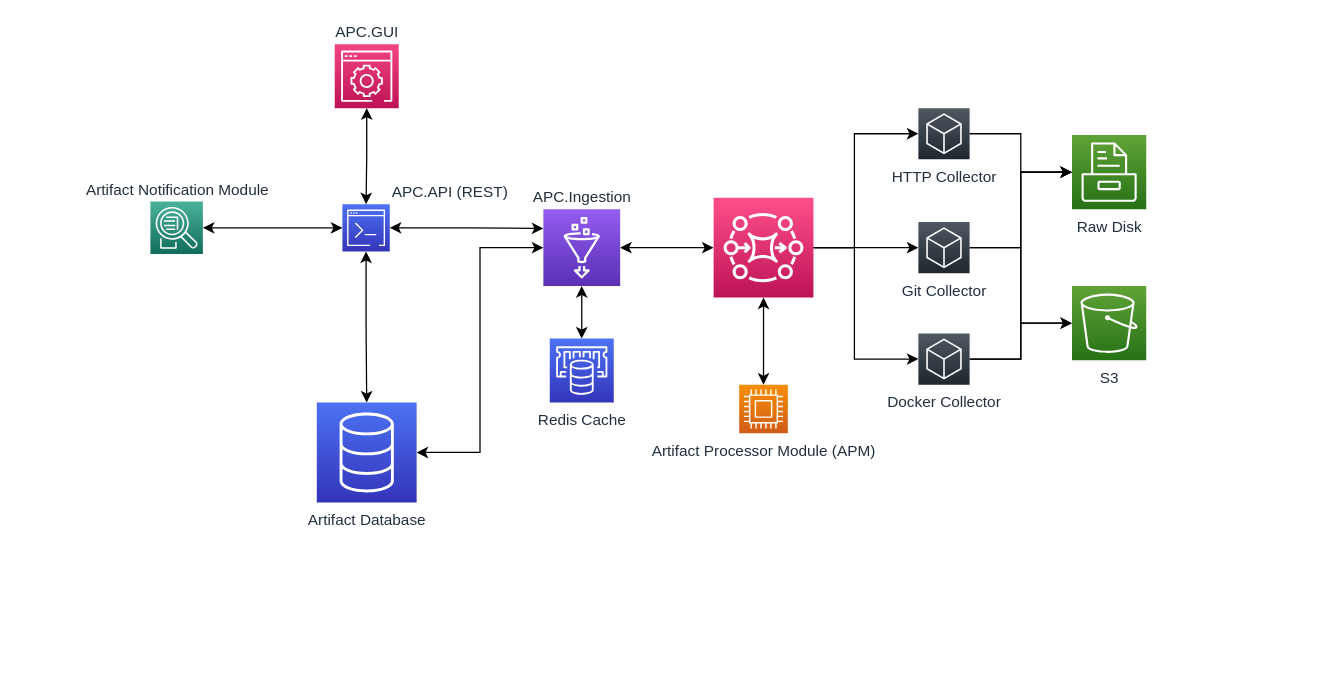
linus-berg/APC keeps this draw.io diagram as APC.drawio. Above is the earlier version. Source tidied: cells renumbered, new cells numbered last; positions are measured from the earlier drawing's top-left corner, leaving out a move shared by most shapes. Both pictures are drawn from the tidied source at 128%, with x=0, y=0 at pixel (150, 44).
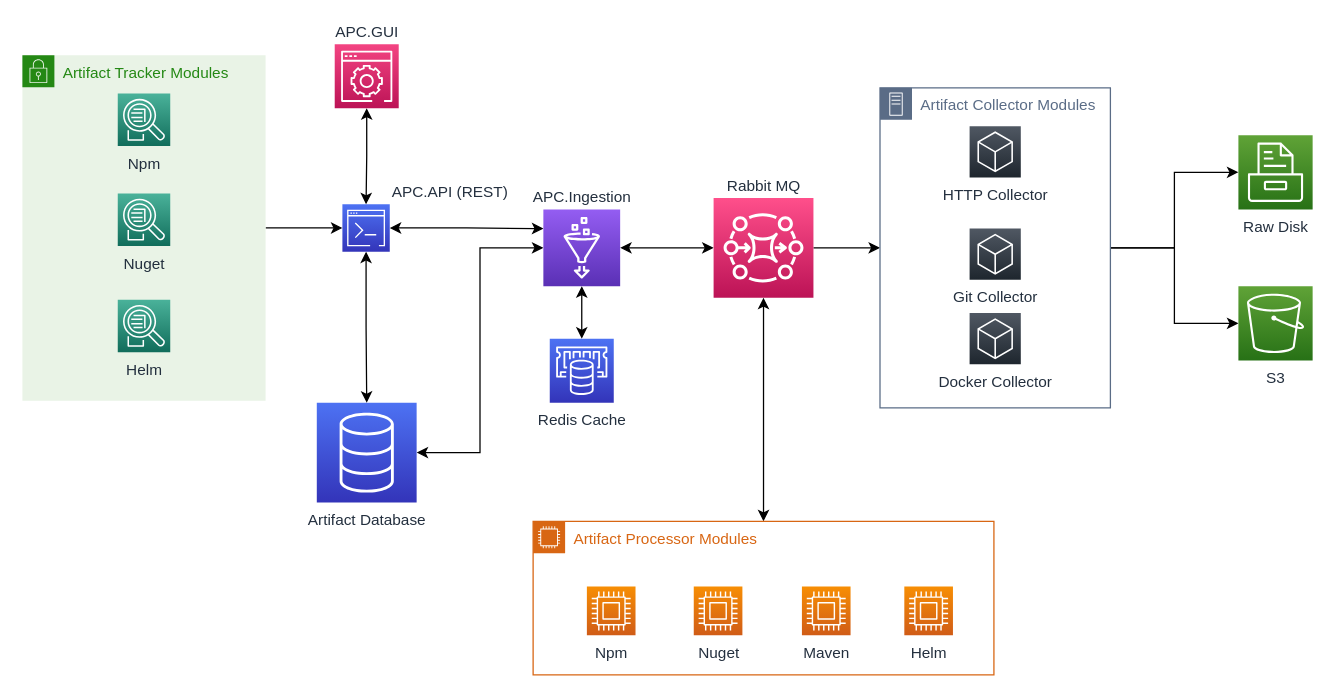
The same page after the edit.

Change to the diagram source:
```diff
@@
-    <mxCell id="2" style="edgeStyle=orthogonalEdgeStyle;rounded=0;jettySize=auto;html=1;startArrow=classic;startFill=1;" parent="1" edge="1" source="23" target="12">
-      <mxGeometry relative="1" as="geometry" />
-    </mxCell>
-    <mxCell id="3" style="edgeStyle=orthogonalEdgeStyle;rounded=0;jettySize=auto;html=1;startArrow=none;startFill=0;endArrow=classic;endFill=1;" parent="1" edge="1" target="22">
-      <mxGeometry relative="1" as="geometry">
-        <mxPoint x="518" y="159" as="sourcePoint" />
-        <Array as="points">
-          <mxPoint x="550" y="159" />
-          <mxPoint x="550" y="246" />
-        </Array>
-      </mxGeometry>
-    </mxCell>
-    <mxCell id="4" style="edgeStyle=orthogonalEdgeStyle;rounded=0;jettySize=auto;html=1;startArrow=none;startFill=0;endArrow=classic;endFill=1;" parent="1" edge="1" target="16">
-      <mxGeometry relative="1" as="geometry">
-        <mxPoint x="518" y="159" as="sourcePoint" />
-        <Array as="points">
-          <mxPoint x="550" y="159" />
-          <mxPoint x="550" y="70" />
-        </Array>
-      </mxGeometry>
-    </mxCell>
-    <mxCell id="5" style="edgeStyle=orthogonalEdgeStyle;rounded=0;jettySize=auto;html=1;startArrow=none;startFill=0;endArrow=classic;endFill=1;exitX=1;exitY=0.5;exitDx=0;exitDy=0;exitPerimeter=0;" parent="1" edge="1" source="23" target="19">
-      <mxGeometry relative="1" as="geometry" />
-    </mxCell>
@@
     <mxCell id="9" value="APC.Ingestion" style="sketch=0;points=[[0,0,0],[0.25,0,0],[0.5,0,0],[0.75,0,0],[1,0,0],[0,1,0],[0.25,1,0],[0.5,1,0],[0.75,1,0],[1,1,0],[0,0.25,0],[0,0.5,0],[0,0.75,0],[1,0.25,0],[1,0.5,0],[1,0.75,0]];outlineConnect=0;fontColor=#232F3E;gradientColor=#945DF2;gradientDirection=north;fillColor=#5A30B5;strokeColor=#ffffff;dashed=0;verticalLabelPosition=top;verticalAlign=bottom;align=center;html=1;fontSize=12;fontStyle=0;shape=mxgraph.aws4.resourceIcon;resIcon=mxgraph.aws4.glue;labelPosition=center;" parent="1" vertex="1">
-      <mxGeometry x="307" y="129" width="60" height="60" as="geometry" />
+      <mxGeometry x="307" y="129.1" width="60" height="60" as="geometry" />
     </mxCell>
     <mxCell id="10" value="Redis Cache" style="sketch=0;points=[[0,0,0],[0.25,0,0],[0.5,0,0],[0.75,0,0],[1,0,0],[0,1,0],[0.25,1,0],[0.5,1,0],[0.75,1,0],[1,1,0],[0,0.25,0],[0,0.5,0],[0,0.75,0],[1,0.25,0],[1,0.5,0],[1,0.75,0]];outlineConnect=0;fontColor=#232F3E;gradientColor=#4D72F3;gradientDirection=north;fillColor=#3334B9;strokeColor=#ffffff;dashed=0;verticalLabelPosition=bottom;verticalAlign=top;align=center;html=1;fontSize=12;fontStyle=0;shape=mxgraph.aws4.resourceIcon;resIcon=mxgraph.aws4.elasticache;" parent="1" vertex="1">
-      <mxGeometry x="312" y="230" width="50" height="50" as="geometry" />
+      <mxGeometry x="312" y="230.1" width="50" height="50" as="geometry" />
     </mxCell>
     <mxCell id="11" value="Artifact Database" style="sketch=0;points=[[0,0,0],[0.25,0,0],[0.5,0,0],[0.75,0,0],[1,0,0],[0,1,0],[0.25,1,0],[0.5,1,0],[0.75,1,0],[1,1,0],[0,0.25,0],[0,0.5,0],[0,0.75,0],[1,0.25,0],[1,0.5,0],[1,0.75,0]];outlineConnect=0;fontColor=#232F3E;gradientColor=#4D72F3;gradientDirection=north;fillColor=#3334B9;strokeColor=#ffffff;dashed=0;verticalLabelPosition=bottom;verticalAlign=top;align=center;html=1;fontSize=12;fontStyle=0;shape=mxgraph.aws4.resourceIcon;resIcon=mxgraph.aws4.database;" parent="1" vertex="1">
-      <mxGeometry x="130" y="280" width="78" height="78" as="geometry" />
+      <mxGeometry x="130" y="280.1" width="78" height="78" as="geometry" />
     </mxCell>
-    <mxCell id="12" value="Artifact Processor Module (APM)" style="sketch=0;points=[[0,0,0],[0.25,0,0],[0.5,0,0],[0.75,0,0],[1,0,0],[0,1,0],[0.25,1,0],[0.5,1,0],[0.75,1,0],[1,1,0],[0,0.25,0],[0,0.5,0],[0,0.75,0],[1,0.25,0],[1,0.5,0],[1,0.75,0]];outlineConnect=0;fontColor=#232F3E;gradientColor=#F78E04;gradientDirection=north;fillColor=#D05C17;strokeColor=#ffffff;dashed=0;verticalLabelPosition=bottom;verticalAlign=top;align=center;html=1;fontSize=12;fontStyle=0;shape=mxgraph.aws4.resourceIcon;resIcon=mxgraph.aws4.compute;" parent="1" vertex="1">
-      <mxGeometry x="460" y="266" width="38" height="38" as="geometry" />
-    </mxCell>
     <mxCell id="13" value="Raw Disk" style="sketch=0;points=[[0,0,0],[0.25,0,0],[0.5,0,0],[0.75,0,0],[1,0,0],[0,1,0],[0.25,1,0],[0.5,1,0],[0.75,1,0],[1,1,0],[0,0.25,0],[0,0.5,0],[0,0.75,0],[1,0.25,0],[1,0.5,0],[1,0.75,0]];outlineConnect=0;fontColor=#232F3E;gradientColor=#60A337;gradientDirection=north;fillColor=#277116;strokeColor=#ffffff;dashed=0;verticalLabelPosition=bottom;verticalAlign=top;align=center;html=1;fontSize=12;fontStyle=0;shape=mxgraph.aws4.resourceIcon;resIcon=mxgraph.aws4.storage;" parent="1" vertex="1">
-      <mxGeometry x="720" y="71" width="58" height="58" as="geometry" />
+      <mxGeometry x="850" y="71.1" width="58" height="58" as="geometry" />
     </mxCell>
     <mxCell id="14" value="S3" style="sketch=0;points=[[0,0,0],[0.25,0,0],[0.5,0,0],[0.75,0,0],[1,0,0],[0,1,0],[0.25,1,0],[0.5,1,0],[0.75,1,0],[1,1,0],[0,0.25,0],[0,0.5,0],[0,0.75,0],[1,0.25,0],[1,0.5,0],[1,0.75,0]];outlineConnect=0;fontColor=#232F3E;gradientColor=#60A337;gradientDirection=north;fillColor=#277116;strokeColor=#ffffff;dashed=0;verticalLabelPosition=bottom;verticalAlign=top;align=center;html=1;fontSize=12;fontStyle=0;shape=mxgraph.aws4.resourceIcon;resIcon=mxgraph.aws4.s3;" parent="1" vertex="1">
-      <mxGeometry x="720" y="189" width="58" height="58" as="geometry" />
+      <mxGeometry x="850" y="189.1" width="58" height="58" as="geometry" />
     </mxCell>
-    <mxCell id="15" style="edgeStyle=orthogonalEdgeStyle;rounded=0;jettySize=auto;html=1;startArrow=none;startFill=0;endArrow=classic;endFill=1;" parent="1" edge="1" source="16" target="13">
-      <mxGeometry relative="1" as="geometry" />
-    </mxCell>
-    <mxCell id="16" value="HTTP Collector" style="sketch=0;points=[[0,0,0],[0.25,0,0],[0.5,0,0],[0.75,0,0],[1,0,0],[0,1,0],[0.25,1,0],[0.5,1,0],[0.75,1,0],[1,1,0],[0,0.25,0],[0,0.5,0],[0,0.75,0],[1,0.25,0],[1,0.5,0],[1,0.75,0]];gradientDirection=north;outlineConnect=0;fontColor=#232F3E;gradientColor=#505863;fillColor=#1E262E;strokeColor=#ffffff;dashed=0;verticalLabelPosition=bottom;verticalAlign=top;align=center;html=1;fontSize=12;fontStyle=0;shape=mxgraph.aws4.resourceIcon;resIcon=mxgraph.aws4.general;" parent="1" vertex="1">
-      <mxGeometry x="600" y="50" width="40" height="40" as="geometry" />
-    </mxCell>
-    <mxCell id="17" style="edgeStyle=orthogonalEdgeStyle;rounded=0;jettySize=auto;html=1;startArrow=none;startFill=0;endArrow=classic;endFill=1;" parent="1" edge="1" source="19" target="13">
-      <mxGeometry relative="1" as="geometry">
-        <Array as="points">
-          <mxPoint x="680" y="159" />
-          <mxPoint x="680" y="100" />
-        </Array>
-      </mxGeometry>
-    </mxCell>
-    <mxCell id="18" style="edgeStyle=orthogonalEdgeStyle;rounded=0;jettySize=auto;html=1;entryX=0;entryY=0.5;entryDx=0;entryDy=0;entryPerimeter=0;startArrow=none;startFill=0;endArrow=classic;endFill=1;" parent="1" edge="1" source="19" target="14">
-      <mxGeometry relative="1" as="geometry" />
-    </mxCell>
-    <mxCell id="19" value="Git Collector" style="sketch=0;points=[[0,0,0],[0.25,0,0],[0.5,0,0],[0.75,0,0],[1,0,0],[0,1,0],[0.25,1,0],[0.5,1,0],[0.75,1,0],[1,1,0],[0,0.25,0],[0,0.5,0],[0,0.75,0],[1,0.25,0],[1,0.5,0],[1,0.75,0]];gradientDirection=north;outlineConnect=0;fontColor=#232F3E;gradientColor=#505863;fillColor=#1E262E;strokeColor=#ffffff;dashed=0;verticalLabelPosition=bottom;verticalAlign=top;align=center;html=1;fontSize=12;fontStyle=0;shape=mxgraph.aws4.resourceIcon;resIcon=mxgraph.aws4.general;" parent="1" vertex="1">
-      <mxGeometry x="600" y="139" width="40" height="40" as="geometry" />
-    </mxCell>
-    <mxCell id="20" style="edgeStyle=orthogonalEdgeStyle;rounded=0;jettySize=auto;html=1;startArrow=none;startFill=0;endArrow=classic;endFill=1;" parent="1" edge="1" source="22" target="14">
-      <mxGeometry relative="1" as="geometry" />
-    </mxCell>
-    <mxCell id="21" style="edgeStyle=orthogonalEdgeStyle;rounded=0;jettySize=auto;html=1;entryX=0;entryY=0.5;entryDx=0;entryDy=0;entryPerimeter=0;startArrow=none;startFill=0;endArrow=classic;endFill=1;" parent="1" edge="1" source="22" target="13">
-      <mxGeometry relative="1" as="geometry" />
-    </mxCell>
-    <mxCell id="22" value="Docker Collector" style="sketch=0;points=[[0,0,0],[0.25,0,0],[0.5,0,0],[0.75,0,0],[1,0,0],[0,1,0],[0.25,1,0],[0.5,1,0],[0.75,1,0],[1,1,0],[0,0.25,0],[0,0.5,0],[0,0.75,0],[1,0.25,0],[1,0.5,0],[1,0.75,0]];gradientDirection=north;outlineConnect=0;fontColor=#232F3E;gradientColor=#505863;fillColor=#1E262E;strokeColor=#ffffff;dashed=0;verticalLabelPosition=bottom;verticalAlign=top;align=center;html=1;fontSize=12;fontStyle=0;shape=mxgraph.aws4.resourceIcon;resIcon=mxgraph.aws4.general;" parent="1" vertex="1">
-      <mxGeometry x="600" y="226" width="40" height="40" as="geometry" />
-    </mxCell>
+    <mxCell id="31" style="edgeStyle=orthogonalEdgeStyle;rounded=0;jettySize=auto;html=1;entryX=0;entryY=0.5;entryDx=0;entryDy=0;startArrow=none;startFill=0;" parent="1" edge="1" source="23" target="39">
+      <mxGeometry relative="1" as="geometry" />
+    </mxCell>
+    <mxCell id="32" style="edgeStyle=orthogonalEdgeStyle;rounded=0;jettySize=auto;html=1;startArrow=classic;startFill=1;" parent="1" edge="1" source="23" target="33">
+      <mxGeometry relative="1" as="geometry" />
+    </mxCell>
-    <mxCell id="23" style="sketch=0;points=[[0,0,0],[0.25,0,0],[0.5,0,0],[0.75,0,0],[1,0,0],[0,1,0],[0.25,1,0],[0.5,1,0],[0.75,1,0],[1,1,0],[0,0.25,0],[0,0.5,0],[0,0.75,0],[1,0.25,0],[1,0.5,0],[1,0.75,0]];outlineConnect=0;fontColor=#232F3E;gradientColor=#FF4F8B;gradientDirection=north;fillColor=#BC1356;strokeColor=#ffffff;dashed=0;verticalLabelPosition=bottom;verticalAlign=top;align=center;html=1;fontSize=12;fontStyle=0;shape=mxgraph.aws4.resourceIcon;resIcon=mxgraph.aws4.mq;" parent="1" vertex="1">
-      <mxGeometry x="440" y="120" width="78" height="78" as="geometry" />
+    <mxCell id="23" value="Rabbit MQ" style="sketch=0;points=[[0,0,0],[0.25,0,0],[0.5,0,0],[0.75,0,0],[1,0,0],[0,1,0],[0.25,1,0],[0.5,1,0],[0.75,1,0],[1,1,0],[0,0.25,0],[0,0.5,0],[0,0.75,0],[1,0.25,0],[1,0.5,0],[1,0.75,0]];outlineConnect=0;fontColor=#232F3E;gradientColor=#FF4F8B;gradientDirection=north;fillColor=#BC1356;strokeColor=#ffffff;dashed=0;verticalLabelPosition=top;verticalAlign=bottom;align=center;html=1;fontSize=12;fontStyle=0;shape=mxgraph.aws4.resourceIcon;resIcon=mxgraph.aws4.mq;labelPosition=center;" parent="1" vertex="1">
+      <mxGeometry x="440" y="120.1" width="78" height="78" as="geometry" />
     </mxCell>
@@
     <mxCell id="26" value="APC.API (REST)" style="sketch=0;points=[[0,0,0],[0.25,0,0],[0.5,0,0],[0.75,0,0],[1,0,0],[0,1,0],[0.25,1,0],[0.5,1,0],[0.75,1,0],[1,1,0],[0,0.25,0],[0,0.5,0],[0,0.75,0],[1,0.25,0],[1,0.5,0],[1,0.75,0]];outlineConnect=0;fontColor=#232F3E;gradientColor=#4D72F3;gradientDirection=north;fillColor=#3334B9;strokeColor=#ffffff;dashed=0;verticalLabelPosition=top;verticalAlign=bottom;align=left;html=1;fontSize=12;fontStyle=0;shape=mxgraph.aws4.resourceIcon;resIcon=mxgraph.aws4.command_line_interface;labelPosition=right;" parent="1" vertex="1">
-      <mxGeometry x="150" y="125" width="37" height="37" as="geometry" />
+      <mxGeometry x="150" y="125.1" width="37" height="37" as="geometry" />
     </mxCell>
@@
     <mxCell id="28" value="APC.GUI" style="sketch=0;points=[[0,0,0],[0.25,0,0],[0.5,0,0],[0.75,0,0],[1,0,0],[0,1,0],[0.25,1,0],[0.5,1,0],[0.75,1,0],[1,1,0],[0,0.25,0],[0,0.5,0],[0,0.75,0],[1,0.25,0],[1,0.5,0],[1,0.75,0]];points=[[0,0,0],[0.25,0,0],[0.5,0,0],[0.75,0,0],[1,0,0],[0,1,0],[0.25,1,0],[0.5,1,0],[0.75,1,0],[1,1,0],[0,0.25,0],[0,0.5,0],[0,0.75,0],[1,0.25,0],[1,0.5,0],[1,0.75,0]];outlineConnect=0;fontColor=#232F3E;gradientColor=#F34482;gradientDirection=north;fillColor=#BC1356;strokeColor=#ffffff;dashed=0;verticalLabelPosition=top;verticalAlign=bottom;align=center;html=1;fontSize=12;fontStyle=0;shape=mxgraph.aws4.resourceIcon;resIcon=mxgraph.aws4.management_console;labelPosition=center;" parent="1" vertex="1">
-      <mxGeometry x="144" width="50" height="50" as="geometry" />
+      <mxGeometry x="144" y="0.1" width="50" height="50" as="geometry" />
     </mxCell>
-    <mxCell id="29" style="edgeStyle=orthogonalEdgeStyle;rounded=0;jettySize=auto;html=1;entryX=0;entryY=0.5;entryDx=0;entryDy=0;entryPerimeter=0;startArrow=classic;startFill=1;endArrow=classic;endFill=1;" parent="1" edge="1" source="30" target="26">
-      <mxGeometry relative="1" as="geometry" />
-    </mxCell>
+    <mxCell id="33" value="Artifact Processor Modules" style="points=[[0,0],[0.25,0],[0.5,0],[0.75,0],[1,0],[1,0.25],[1,0.5],[1,0.75],[1,1],[0.75,1],[0.5,1],[0.25,1],[0,1],[0,0.75],[0,0.5],[0,0.25]];outlineConnect=0;gradientColor=none;html=1;whiteSpace=wrap;fontSize=12;fontStyle=0;shape=mxgraph.aws4.group;grIcon=mxgraph.aws4.group_ec2_instance_contents;strokeColor=#D86613;fillColor=none;verticalAlign=top;align=left;spacingLeft=30;fontColor=#D86613;dashed=0;" parent="1" vertex="1">
+      <mxGeometry x="299" y="372.8" width="360" height="120" as="geometry" />
+    </mxCell>
+    <mxCell id="12" value="Npm" style="sketch=0;points=[[0,0,0],[0.25,0,0],[0.5,0,0],[0.75,0,0],[1,0,0],[0,1,0],[0.25,1,0],[0.5,1,0],[0.75,1,0],[1,1,0],[0,0.25,0],[0,0.5,0],[0,0.75,0],[1,0.25,0],[1,0.5,0],[1,0.75,0]];outlineConnect=0;fontColor=#232F3E;gradientColor=#F78E04;gradientDirection=north;fillColor=#D05C17;strokeColor=#ffffff;dashed=0;verticalLabelPosition=bottom;verticalAlign=top;align=center;html=1;fontSize=12;fontStyle=0;shape=mxgraph.aws4.resourceIcon;resIcon=mxgraph.aws4.compute;" parent="33" vertex="1">
+      <mxGeometry x="42" y="51" width="38" height="38" as="geometry" />
+    </mxCell>
+    <mxCell id="34" value="Nuget" style="sketch=0;fontColor=#232F3E;gradientColor=#F78E04;gradientDirection=north;fillColor=#D05C17;strokeColor=#ffffff;dashed=0;verticalLabelPosition=bottom;verticalAlign=top;align=center;html=1;fontSize=12;fontStyle=0;shape=mxgraph.aws4.resourceIcon;resIcon=mxgraph.aws4.compute;" parent="33" vertex="1">
+      <mxGeometry x="125.5" y="51" width="38" height="38" as="geometry" />
+    </mxCell>
+    <mxCell id="35" value="Maven" style="sketch=0;fontColor=#232F3E;gradientColor=#F78E04;gradientDirection=north;fillColor=#D05C17;strokeColor=#ffffff;dashed=0;verticalLabelPosition=bottom;verticalAlign=top;align=center;html=1;fontSize=12;fontStyle=0;shape=mxgraph.aws4.resourceIcon;resIcon=mxgraph.aws4.compute;" parent="33" vertex="1">
+      <mxGeometry x="210" y="51" width="38" height="38" as="geometry" />
+    </mxCell>
+    <mxCell id="36" value="Helm" style="sketch=0;fontColor=#232F3E;gradientColor=#F78E04;gradientDirection=north;fillColor=#D05C17;strokeColor=#ffffff;dashed=0;verticalLabelPosition=bottom;verticalAlign=top;align=center;html=1;fontSize=12;fontStyle=0;shape=mxgraph.aws4.resourceIcon;resIcon=mxgraph.aws4.compute;" parent="33" vertex="1">
+      <mxGeometry x="290" y="51" width="38" height="38" as="geometry" />
+    </mxCell>
+    <mxCell id="37" style="edgeStyle=orthogonalEdgeStyle;rounded=0;jettySize=auto;html=1;startArrow=none;startFill=0;" parent="1" edge="1" source="39" target="13">
+      <mxGeometry relative="1" as="geometry" />
+    </mxCell>
+    <mxCell id="38" style="edgeStyle=orthogonalEdgeStyle;rounded=0;jettySize=auto;html=1;startArrow=none;startFill=0;" parent="1" edge="1" source="39" target="14">
+      <mxGeometry relative="1" as="geometry" />
+    </mxCell>
+    <mxCell id="39" value="Artifact Collector Modules" style="points=[[0,0],[0.25,0],[0.5,0],[0.75,0],[1,0],[1,0.25],[1,0.5],[1,0.75],[1,1],[0.75,1],[0.5,1],[0.25,1],[0,1],[0,0.75],[0,0.5],[0,0.25]];outlineConnect=0;gradientColor=none;html=1;whiteSpace=wrap;fontSize=12;fontStyle=0;shape=mxgraph.aws4.group;grIcon=mxgraph.aws4.group_on_premise;strokeColor=#5A6C86;fillColor=none;verticalAlign=top;align=left;spacingLeft=30;fontColor=#5A6C86;dashed=0;" parent="1" vertex="1">
+      <mxGeometry x="570" y="34.1" width="180" height="250" as="geometry" />
+    </mxCell>
+    <mxCell id="16" value="HTTP Collector" style="sketch=0;points=[[0,0,0],[0.25,0,0],[0.5,0,0],[0.75,0,0],[1,0,0],[0,1,0],[0.25,1,0],[0.5,1,0],[0.75,1,0],[1,1,0],[0,0.25,0],[0,0.5,0],[0,0.75,0],[1,0.25,0],[1,0.5,0],[1,0.75,0]];gradientDirection=north;outlineConnect=0;fontColor=#232F3E;gradientColor=#505863;fillColor=#1E262E;strokeColor=#ffffff;dashed=0;verticalLabelPosition=bottom;verticalAlign=top;align=center;html=1;fontSize=12;fontStyle=0;shape=mxgraph.aws4.resourceIcon;resIcon=mxgraph.aws4.general;" parent="39" vertex="1">
+      <mxGeometry x="70" y="30" width="40" height="40" as="geometry" />
+    </mxCell>
+    <mxCell id="19" value="Git Collector" style="sketch=0;points=[[0,0,0],[0.25,0,0],[0.5,0,0],[0.75,0,0],[1,0,0],[0,1,0],[0.25,1,0],[0.5,1,0],[0.75,1,0],[1,1,0],[0,0.25,0],[0,0.5,0],[0,0.75,0],[1,0.25,0],[1,0.5,0],[1,0.75,0]];gradientDirection=north;outlineConnect=0;fontColor=#232F3E;gradientColor=#505863;fillColor=#1E262E;strokeColor=#ffffff;dashed=0;verticalLabelPosition=bottom;verticalAlign=top;align=center;html=1;fontSize=12;fontStyle=0;shape=mxgraph.aws4.resourceIcon;resIcon=mxgraph.aws4.general;" parent="39" vertex="1">
+      <mxGeometry x="70" y="110" width="40" height="40" as="geometry" />
+    </mxCell>
+    <mxCell id="22" value="Docker Collector" style="sketch=0;points=[[0,0,0],[0.25,0,0],[0.5,0,0],[0.75,0,0],[1,0,0],[0,1,0],[0.25,1,0],[0.5,1,0],[0.75,1,0],[1,1,0],[0,0.25,0],[0,0.5,0],[0,0.75,0],[1,0.25,0],[1,0.5,0],[1,0.75,0]];gradientDirection=north;outlineConnect=0;fontColor=#232F3E;gradientColor=#505863;fillColor=#1E262E;strokeColor=#ffffff;dashed=0;verticalLabelPosition=bottom;verticalAlign=top;align=center;html=1;fontSize=12;fontStyle=0;shape=mxgraph.aws4.resourceIcon;resIcon=mxgraph.aws4.general;" parent="39" vertex="1">
+      <mxGeometry x="70" y="176" width="40" height="40" as="geometry" />
+    </mxCell>
+    <mxCell id="40" style="edgeStyle=orthogonalEdgeStyle;rounded=0;jettySize=auto;html=1;startArrow=none;startFill=0;" parent="1" edge="1" source="41" target="26">
+      <mxGeometry relative="1" as="geometry" />
+    </mxCell>
+    <mxCell id="41" value="Artifact Tracker Modules" style="points=[[0,0],[0.25,0],[0.5,0],[0.75,0],[1,0],[1,0.25],[1,0.5],[1,0.75],[1,1],[0.75,1],[0.5,1],[0.25,1],[0,1],[0,0.75],[0,0.5],[0,0.25]];outlineConnect=0;gradientColor=none;html=1;whiteSpace=wrap;fontSize=12;fontStyle=0;shape=mxgraph.aws4.group;grIcon=mxgraph.aws4.group_security_group;grStroke=0;strokeColor=#248814;fillColor=#E9F3E6;verticalAlign=top;align=left;spacingLeft=30;fontColor=#248814;dashed=0;" parent="1" vertex="1">
+      <mxGeometry x="-100" y="8.6" width="190" height="270" as="geometry" />
+    </mxCell>
-    <mxCell id="30" value="Artifact Notification Module" style="sketch=0;points=[[0,0,0],[0.25,0,0],[0.5,0,0],[0.75,0,0],[1,0,0],[0,1,0],[0.25,1,0],[0.5,1,0],[0.75,1,0],[1,1,0],[0,0.25,0],[0,0.5,0],[0,0.75,0],[1,0.25,0],[1,0.5,0],[1,0.75,0]];outlineConnect=0;fontColor=#232F3E;gradientColor=#4AB29A;gradientDirection=north;fillColor=#116D5B;strokeColor=#ffffff;dashed=0;verticalLabelPosition=top;verticalAlign=bottom;align=center;html=1;fontSize=12;fontStyle=0;shape=mxgraph.aws4.resourceIcon;resIcon=mxgraph.aws4.application_discovery_service;labelPosition=center;" parent="1" vertex="1">
-      <mxGeometry y="123" width="41" height="41" as="geometry" />
+    <mxCell id="30" value="Npm" style="sketch=0;points=[[0,0,0],[0.25,0,0],[0.5,0,0],[0.75,0,0],[1,0,0],[0,1,0],[0.25,1,0],[0.5,1,0],[0.75,1,0],[1,1,0],[0,0.25,0],[0,0.5,0],[0,0.75,0],[1,0.25,0],[1,0.5,0],[1,0.75,0]];outlineConnect=0;fontColor=#232F3E;gradientColor=#4AB29A;gradientDirection=north;fillColor=#116D5B;strokeColor=#ffffff;dashed=0;verticalLabelPosition=bottom;verticalAlign=top;align=center;html=1;fontSize=12;fontStyle=0;shape=mxgraph.aws4.resourceIcon;resIcon=mxgraph.aws4.application_discovery_service;labelPosition=center;" parent="41" vertex="1">
+      <mxGeometry x="74.5" y="30" width="41" height="41" as="geometry" />
     </mxCell>
+    <mxCell id="42" value="Nuget" style="sketch=0;fontColor=#232F3E;gradientColor=#4AB29A;gradientDirection=north;fillColor=#116D5B;strokeColor=#ffffff;dashed=0;verticalLabelPosition=bottom;verticalAlign=top;align=center;html=1;fontSize=12;fontStyle=0;shape=mxgraph.aws4.resourceIcon;resIcon=mxgraph.aws4.application_discovery_service;labelPosition=center;" parent="41" vertex="1">
+      <mxGeometry x="74.5" y="108" width="41" height="41" as="geometry" />
+    </mxCell>
+    <mxCell id="43" value="Helm" style="sketch=0;fontColor=#232F3E;gradientColor=#4AB29A;gradientDirection=north;fillColor=#116D5B;strokeColor=#ffffff;dashed=0;verticalLabelPosition=bottom;verticalAlign=top;align=center;html=1;fontSize=12;fontStyle=0;shape=mxgraph.aws4.resourceIcon;resIcon=mxgraph.aws4.application_discovery_service;labelPosition=center;" parent="41" vertex="1">
+      <mxGeometry x="74.5" y="191" width="41" height="41" as="geometry" />
+    </mxCell>
```
